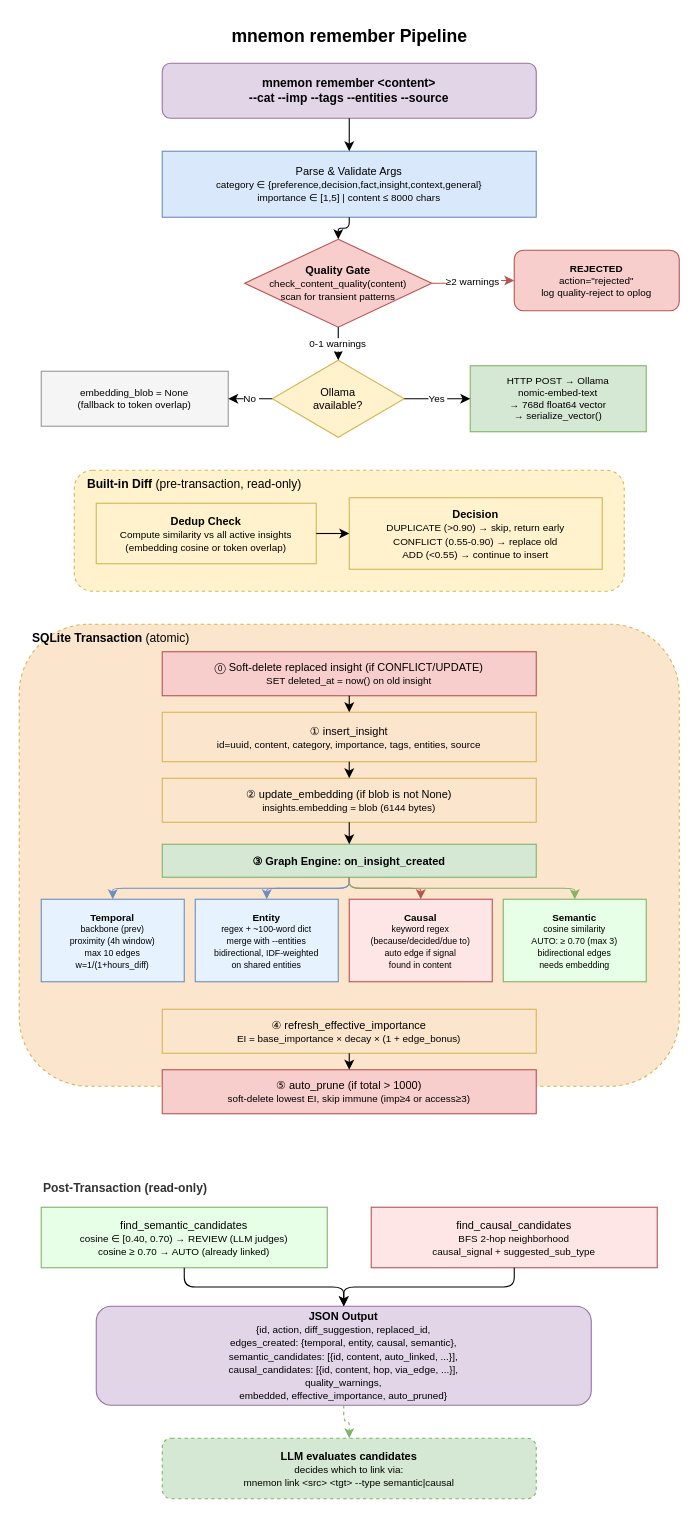
Earlier version of the draw.io diagram docs/diagrams/02-remember-pipeline.drawio (bissli/memman). Source tidied: cells renumbered, new cells numbered last; positions are measured from the earlier drawing's top-left corner, leaving out a move shared by most shapes. Both pictures are drawn from the tidied source at 110%, with x=0, y=0 at pixel (19, 19).
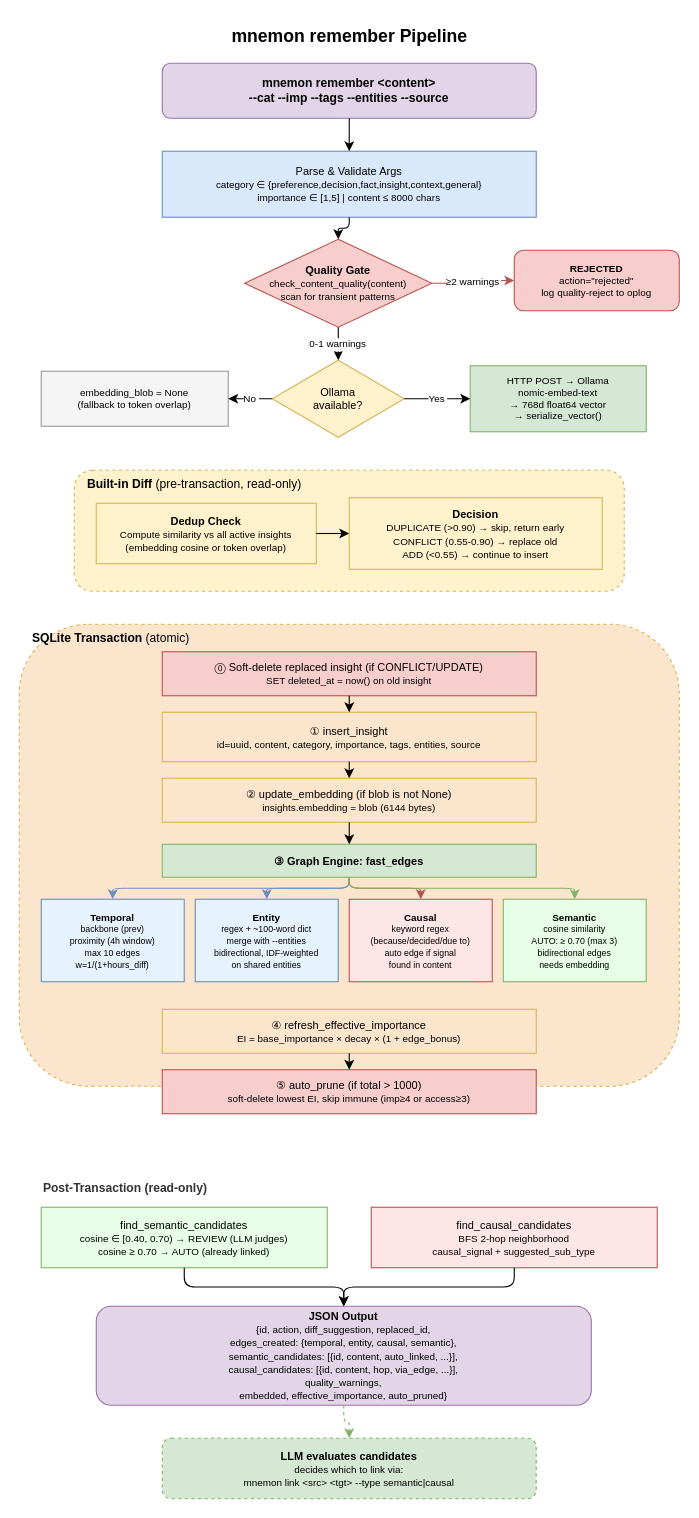
After the change.

What changed in the source:
```diff
@@
-    <mxCell id="26" value="③ Graph Engine: on_insight_created" style="rounded=0;whiteSpace=wrap;html=1;fillColor=#d5e8d4;strokeColor=#82b366;fontSize=10;fontStyle=1;" parent="1" vertex="1">
+    <mxCell id="26" value="③ Graph Engine: fast_edges" style="rounded=0;whiteSpace=wrap;html=1;fillColor=#d5e8d4;strokeColor=#82b366;fontSize=10;fontStyle=1;" parent="1" vertex="1">
       <mxGeometry x="130" y="750" width="340" height="30" as="geometry" />
     </mxCell>
```
